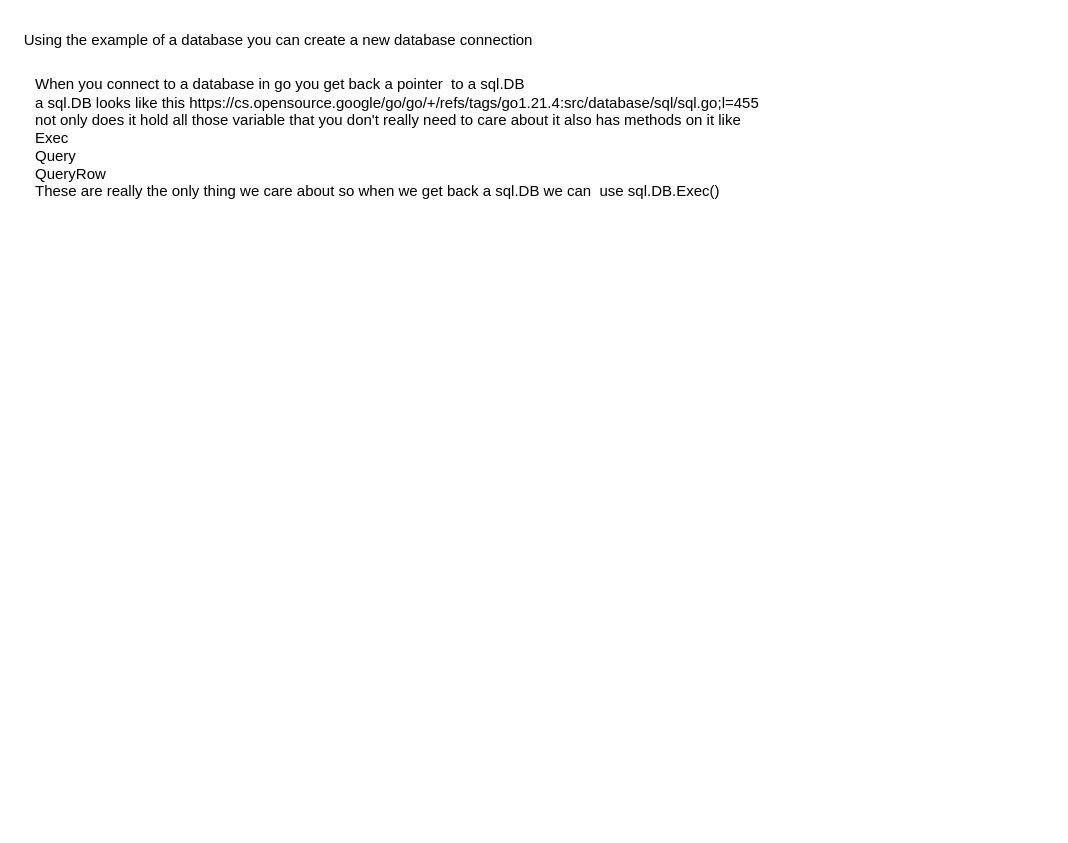
Above: page "Page-1" (1 of 2) of closures.drawio in brady1408/learning_golang (draw.io), before the change. Source tidied: cells renumbered, new cells numbered last; positions are measured from the earlier drawing's top-left corner, leaving out a move shared by most shapes. Both pictures are drawn from the tidied source at 125%, with x=0, y=0 at pixel (21, 21).
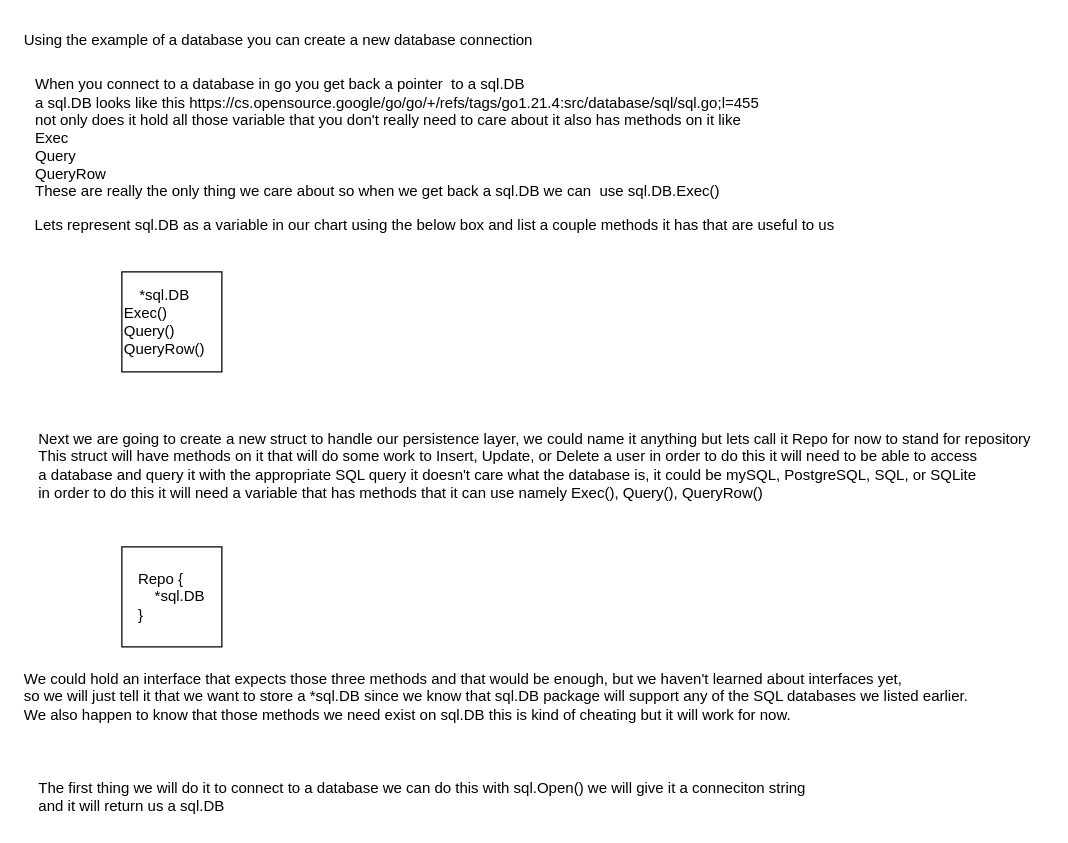
The same diagram, later.

The edit, as a diff of the source:
```diff
@@
 <mxGraphModel>
   <root>
     <mxCell id="0" />
     <mxCell id="1" parent="0" />
     <mxCell id="2" value="Using the example of a database you can create a new database connection" style="text;html=1;align=left;verticalAlign=middle;strokeColor=none;fillColor=none;" parent="1" vertex="1">
       <mxGeometry width="430" height="30" as="geometry" />
     </mxCell>
     <mxCell id="3" value="&lt;div style=&quot;text-align: left;&quot;&gt;&lt;span style=&quot;background-color: initial;&quot;&gt;When you connect to a database in go you get back a pointer&amp;nbsp; to a sql.DB&lt;/span&gt;&lt;/div&gt;&lt;div style=&quot;text-align: left;&quot;&gt;&lt;span style=&quot;background-color: initial;&quot;&gt;a sql.DB looks like this&amp;nbsp;https://cs.opensource.google/go/go/+/refs/tags/go1.21.4:src/database/sql/sql.go;l=455&lt;/span&gt;&lt;/div&gt;&lt;div style=&quot;text-align: left;&quot;&gt;&lt;span style=&quot;background-color: initial;&quot;&gt;not only does it hold all those variable that you don't really need to care about it also has methods on it like&lt;/span&gt;&lt;/div&gt;&lt;div style=&quot;text-align: left;&quot;&gt;&lt;span style=&quot;background-color: initial;&quot;&gt;Exec&lt;/span&gt;&lt;/div&gt;&lt;div style=&quot;text-align: left;&quot;&gt;&lt;span style=&quot;background-color: initial;&quot;&gt;Query&lt;/span&gt;&lt;/div&gt;&lt;div style=&quot;text-align: left;&quot;&gt;&lt;span style=&quot;background-color: initial;&quot;&gt;QueryRow&lt;/span&gt;&lt;/div&gt;&lt;div style=&quot;text-align: left;&quot;&gt;&lt;span style=&quot;background-color: initial;&quot;&gt;These are really the only thing we care about so when we get back a sql.DB we can&amp;nbsp; use sql.DB.Exec()&lt;/span&gt;&lt;/div&gt;" style="text;html=1;align=center;verticalAlign=middle;strokeColor=none;fillColor=none;" parent="1" vertex="1">
       <mxGeometry y="38" width="600" height="110" as="geometry" />
     </mxCell>
+    <mxCell id="4" value="&lt;div style=&quot;text-align: center;&quot;&gt;&lt;span style=&quot;background-color: initial;&quot;&gt;*sql.DB&lt;/span&gt;&lt;/div&gt;Exec()&lt;br&gt;Query()&lt;br&gt;&lt;div style=&quot;&quot;&gt;&lt;span style=&quot;background-color: initial;&quot;&gt;QueryRow()&lt;/span&gt;&lt;/div&gt;" style="whiteSpace=wrap;html=1;align=left;" parent="1" vertex="1">
+      <mxGeometry x="80" y="200" width="80" height="80" as="geometry" />
+    </mxCell>
+    <mxCell id="5" value="&lt;div style=&quot;text-align: left;&quot;&gt;&lt;span style=&quot;background-color: initial;&quot;&gt;Lets represent sql.DB as a variable in our chart using the below box and list a couple methods it has that are useful to us&lt;/span&gt;&lt;/div&gt;" style="text;html=1;align=center;verticalAlign=middle;strokeColor=none;fillColor=none;" parent="1" vertex="1">
+      <mxGeometry y="148" width="660" height="30" as="geometry" />
+    </mxCell>
+    <mxCell id="6" value="&lt;div style=&quot;text-align: left;&quot;&gt;&lt;span style=&quot;background-color: initial;&quot;&gt;Next we are going to create a new struct to handle our persistence layer, we could name it anything but lets call it Repo for now to stand for repository&lt;/span&gt;&lt;/div&gt;&lt;div style=&quot;text-align: left;&quot;&gt;&lt;span style=&quot;background-color: initial;&quot;&gt;This struct will have methods on it that will do some work to Insert, Update, or Delete a user in order to do this it will need to be able to access&lt;/span&gt;&lt;/div&gt;&lt;div style=&quot;text-align: left;&quot;&gt;&lt;span style=&quot;background-color: initial;&quot;&gt;a database and query it with the appropriate SQL query it doesn't care what the database is, it could be mySQL, PostgreSQL, SQL, or SQLite&lt;/span&gt;&lt;/div&gt;&lt;div style=&quot;text-align: left;&quot;&gt;&lt;span style=&quot;background-color: initial;&quot;&gt;in order to do this it will need a variable that has methods that it can use namely Exec(), Query(), QueryRow()&lt;/span&gt;&lt;/div&gt;" style="text;html=1;align=center;verticalAlign=middle;strokeColor=none;fillColor=none;" parent="1" vertex="1">
+      <mxGeometry y="320" width="820" height="70" as="geometry" />
+    </mxCell>
+    <mxCell id="7" value="&lt;div style=&quot;text-align: left;&quot;&gt;&lt;span style=&quot;background-color: initial;&quot;&gt;Repo {&lt;/span&gt;&lt;/div&gt;&lt;div style=&quot;text-align: left;&quot;&gt;&amp;nbsp; &amp;nbsp; *sql.DB&lt;/div&gt;&lt;div style=&quot;text-align: left;&quot;&gt;&lt;span style=&quot;background-color: initial;&quot;&gt;}&lt;/span&gt;&lt;/div&gt;" style="whiteSpace=wrap;html=1;" parent="1" vertex="1">
+      <mxGeometry x="80" y="420" width="80" height="80" as="geometry" />
+    </mxCell>
+    <mxCell id="8" value="We could hold an interface that expects those three methods and that would be enough, but we haven't learned about interfaces yet,&lt;br&gt;so we will just tell it that we want to store a *sql.DB since we know that sql.DB package will support any of the SQL databases we listed earlier.&lt;br&gt;We also happen to know that those methods we need exist on sql.DB this is kind of cheating but it will work for now." style="text;html=1;align=left;verticalAlign=middle;strokeColor=none;fillColor=none;" parent="1" vertex="1">
+      <mxGeometry y="510" width="780" height="60" as="geometry" />
+    </mxCell>
+    <mxCell id="9" value="&lt;div style=&quot;text-align: left;&quot;&gt;&lt;span style=&quot;background-color: initial;&quot;&gt;The first thing we will do it to connect to a database we can do this with sql.Open() we will give it a conneciton string&lt;/span&gt;&lt;/div&gt;&lt;div style=&quot;text-align: left;&quot;&gt;&lt;span style=&quot;background-color: initial;&quot;&gt;and it will return us a sql.DB&lt;/span&gt;&lt;/div&gt;" style="text;html=1;align=center;verticalAlign=middle;strokeColor=none;fillColor=none;" parent="1" vertex="1">
+      <mxGeometry y="600" width="640" height="40" as="geometry" />
+    </mxCell>
   </root>
 </mxGraphModel>
```
